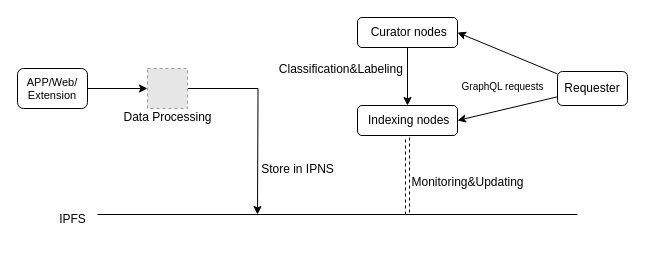
Above: Janction Layer2.drawio in Janction-R-D/janction-docs (draw.io), before the change. Source tidied: cells renumbered, new cells numbered last; positions are measured from the earlier drawing's top-left corner, leaving out a move shared by most shapes. Both pictures are drawn from the tidied source at 100%, with x=0, y=0 at pixel (17, 17). Pictures stored in the file or linked from it are replaced by grey dashed boxes.
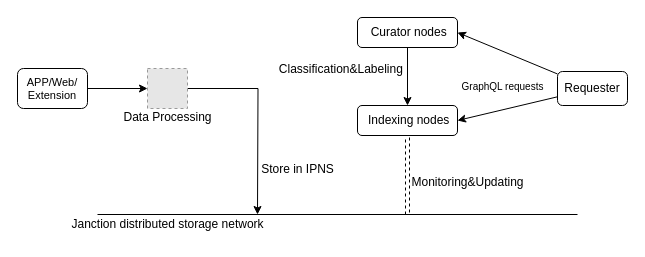
The same page after the edit.

What changed in the source:
```diff
@@
-    <mxCell id="8" value="IPFS" style="text;html=1;align=center;verticalAlign=middle;strokeColor=none;fillColor=none;" parent="1" vertex="1">
-      <mxGeometry x="30" y="187" width="50" height="30" as="geometry" />
+    <mxCell id="8" value="Janction&amp;nbsp;distributed storage network" style="text;html=1;align=center;verticalAlign=middle;strokeColor=none;fillColor=none;" parent="1" vertex="1">
+      <mxGeometry x="40" y="192" width="220" height="30" as="geometry" />
     </mxCell>
```
